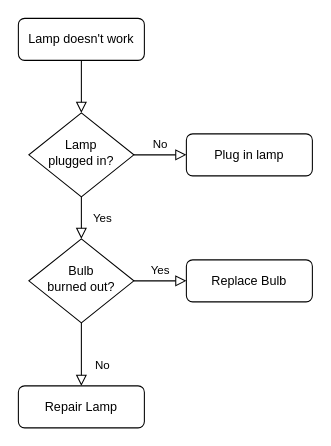
Sinclair-boop/admin_django keeps this draw.io diagram as Untitled Diagram.drawio. Above is the earlier version. Source tidied: cells renumbered, new cells numbered last; positions are measured from the earlier drawing's top-left corner, leaving out a move shared by most shapes. Both pictures are drawn from the tidied source at 105%, with x=0, y=0 at pixel (18, 18).
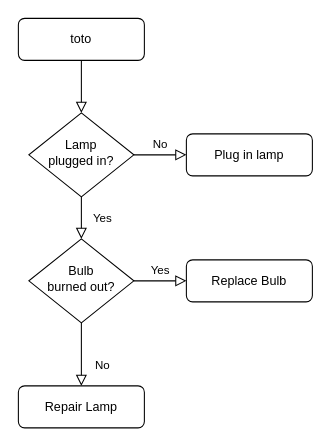
The same page after the edit.

Diff of the diagram source:
```diff
@@
 <mxGraphModel>
   <root>
     <mxCell id="0" />
     <mxCell id="1" parent="0" />
     <mxCell id="2" style="rounded=0;html=1;jettySize=auto;fontSize=11;endArrow=block;endFill=0;endSize=8;strokeWidth=1;shadow=0;labelBackgroundColor=none;edgeStyle=orthogonalEdgeStyle;" parent="1" edge="1" source="3" target="6">
       <mxGeometry relative="1" as="geometry" />
     </mxCell>
-    <mxCell id="3" value="Lamp doesn't work" style="rounded=1;whiteSpace=wrap;html=1;fontSize=12;glass=0;strokeWidth=1;shadow=0;" parent="1" vertex="1">
+    <mxCell id="3" value="toto" style="rounded=1;whiteSpace=wrap;html=1;fontSize=12;glass=0;strokeWidth=1;shadow=0;" parent="1" vertex="1">
       <mxGeometry width="120" height="40" as="geometry" />
     </mxCell>
     <mxCell id="4" value="Yes" style="rounded=0;html=1;jettySize=auto;fontSize=11;endArrow=block;endFill=0;endSize=8;strokeWidth=1;shadow=0;labelBackgroundColor=none;edgeStyle=orthogonalEdgeStyle;" parent="1" edge="1" source="6" target="10">
       <mxGeometry y="20" relative="1" as="geometry" />
     </mxCell>
     <mxCell id="5" value="No" style="edgeStyle=orthogonalEdgeStyle;rounded=0;html=1;jettySize=auto;fontSize=11;endArrow=block;endFill=0;endSize=8;strokeWidth=1;shadow=0;labelBackgroundColor=none;" parent="1" edge="1" source="6" target="7">
       <mxGeometry y="10" relative="1" as="geometry" />
     </mxCell>
     <mxCell id="6" value="Lamp&lt;br&gt;plugged in?" style="rhombus;whiteSpace=wrap;html=1;shadow=0;fontFamily=Helvetica;fontSize=12;align=center;strokeWidth=1;spacing=6;spacingTop=-4;" parent="1" vertex="1">
       <mxGeometry x="10" y="90" width="100" height="80" as="geometry" />
     </mxCell>
     <mxCell id="7" value="Plug in lamp" style="rounded=1;whiteSpace=wrap;html=1;fontSize=12;glass=0;strokeWidth=1;shadow=0;" parent="1" vertex="1">
       <mxGeometry x="160" y="110" width="120" height="40" as="geometry" />
     </mxCell>
     <mxCell id="8" value="No" style="rounded=0;html=1;jettySize=auto;fontSize=11;endArrow=block;endFill=0;endSize=8;strokeWidth=1;shadow=0;labelBackgroundColor=none;edgeStyle=orthogonalEdgeStyle;" parent="1" edge="1" source="10" target="11">
       <mxGeometry x="0.33" y="20" relative="1" as="geometry" />
     </mxCell>
     <mxCell id="9" value="Yes" style="edgeStyle=orthogonalEdgeStyle;rounded=0;html=1;jettySize=auto;fontSize=11;endArrow=block;endFill=0;endSize=8;strokeWidth=1;shadow=0;labelBackgroundColor=none;" parent="1" edge="1" source="10" target="12">
       <mxGeometry y="10" relative="1" as="geometry" />
     </mxCell>
     <mxCell id="10" value="Bulb&lt;br&gt;burned out?" style="rhombus;whiteSpace=wrap;html=1;shadow=0;fontFamily=Helvetica;fontSize=12;align=center;strokeWidth=1;spacing=6;spacingTop=-4;" parent="1" vertex="1">
       <mxGeometry x="10" y="210" width="100" height="80" as="geometry" />
     </mxCell>
     <mxCell id="11" value="Repair Lamp" style="rounded=1;whiteSpace=wrap;html=1;fontSize=12;glass=0;strokeWidth=1;shadow=0;" parent="1" vertex="1">
       <mxGeometry y="350" width="120" height="40" as="geometry" />
     </mxCell>
     <mxCell id="12" value="Replace Bulb" style="rounded=1;whiteSpace=wrap;html=1;fontSize=12;glass=0;strokeWidth=1;shadow=0;" parent="1" vertex="1">
       <mxGeometry x="160" y="230" width="120" height="40" as="geometry" />
     </mxCell>
   </root>
 </mxGraphModel>
```
